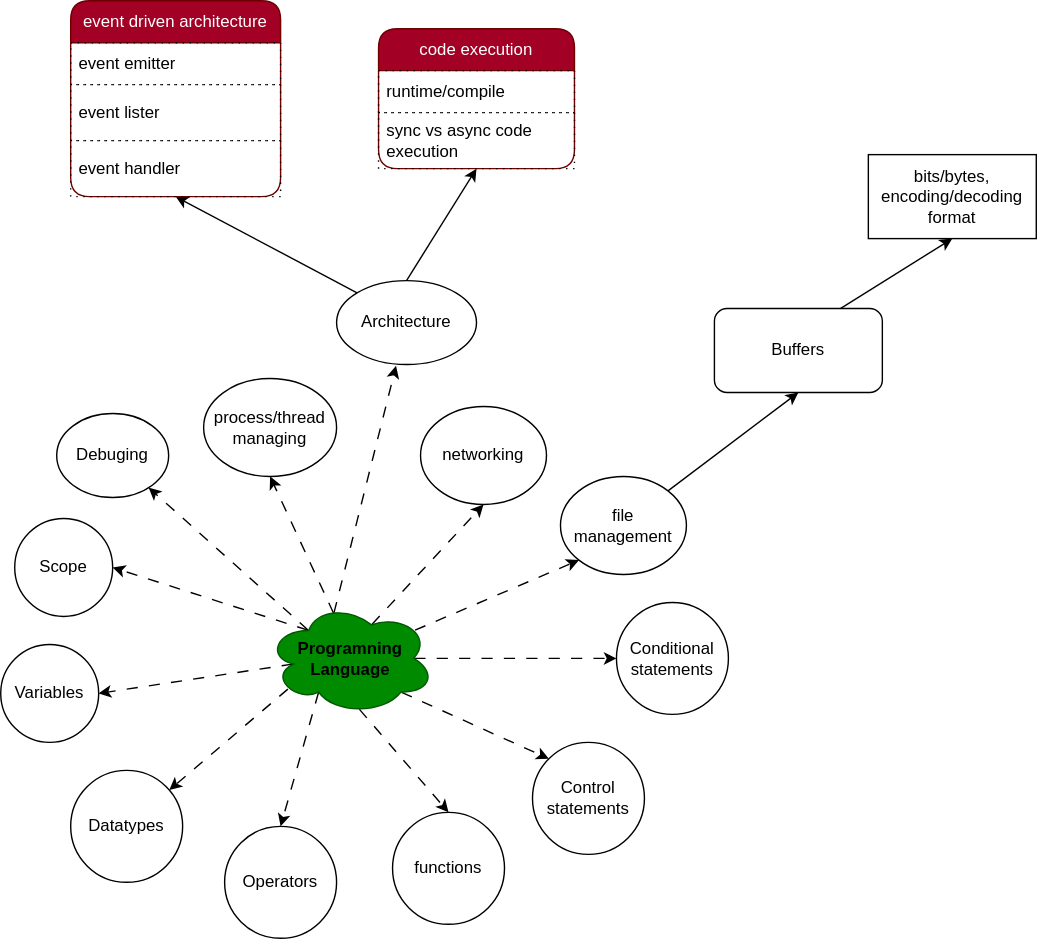
This is ⭐programming-langs/pl.svg from knkrn5/Programming-Concepts, a draw.io export, as it was before one commit. Source tidied: cells renumbered, new cells last; positions are measured from the earlier drawing's top-left corner, leaving out a move shared by most shapes. The source it was exported from:
```xml
<mxGraphModel>
  <root>
    <mxCell id="0" />
    <mxCell id="1" parent="0" />
    <mxCell id="2" value="Variables" style="ellipse;whiteSpace=wrap;html=1;" parent="1" vertex="1">
      <mxGeometry y="460" width="70" height="70" as="geometry" />
    </mxCell>
    <mxCell id="3" value="Scope" style="ellipse;whiteSpace=wrap;html=1;" parent="1" vertex="1">
      <mxGeometry x="10" y="370" width="70" height="70" as="geometry" />
    </mxCell>
    <mxCell id="4" style="edgeStyle=none;html=1;exitX=0.16;exitY=0.55;exitDx=0;exitDy=0;exitPerimeter=0;entryX=1;entryY=0.5;entryDx=0;entryDy=0;flowAnimation=1;" parent="1" edge="1" source="14" target="2">
      <mxGeometry relative="1" as="geometry" />
    </mxCell>
    <mxCell id="5" style="edgeStyle=none;html=1;exitX=0.13;exitY=0.77;exitDx=0;exitDy=0;exitPerimeter=0;flowAnimation=1;" parent="1" edge="1" source="14" target="15">
      <mxGeometry relative="1" as="geometry" />
    </mxCell>
    <mxCell id="6" style="edgeStyle=none;html=1;exitX=0.8;exitY=0.8;exitDx=0;exitDy=0;exitPerimeter=0;entryX=0;entryY=0;entryDx=0;entryDy=0;flowAnimation=1;" parent="1" edge="1" source="14" target="18">
      <mxGeometry relative="1" as="geometry" />
    </mxCell>
    <mxCell id="7" style="edgeStyle=none;html=1;exitX=0.875;exitY=0.5;exitDx=0;exitDy=0;exitPerimeter=0;entryX=0;entryY=0.5;entryDx=0;entryDy=0;flowAnimation=1;" parent="1" edge="1" source="14" target="19">
      <mxGeometry relative="1" as="geometry" />
    </mxCell>
    <mxCell id="8" style="edgeStyle=none;html=1;exitX=0.625;exitY=0.2;exitDx=0;exitDy=0;exitPerimeter=0;entryX=0.5;entryY=1;entryDx=0;entryDy=0;flowAnimation=1;" parent="1" edge="1" source="14" target="22">
      <mxGeometry relative="1" as="geometry" />
    </mxCell>
    <mxCell id="9" style="edgeStyle=none;html=1;exitX=0.31;exitY=0.8;exitDx=0;exitDy=0;exitPerimeter=0;entryX=0.5;entryY=0;entryDx=0;entryDy=0;flowAnimation=1;" parent="1" edge="1" source="14" target="16">
      <mxGeometry relative="1" as="geometry" />
    </mxCell>
    <mxCell id="10" style="edgeStyle=none;html=1;exitX=0.25;exitY=0.25;exitDx=0;exitDy=0;exitPerimeter=0;entryX=1;entryY=0.5;entryDx=0;entryDy=0;flowAnimation=1;" parent="1" edge="1" source="14" target="3">
      <mxGeometry relative="1" as="geometry" />
    </mxCell>
    <mxCell id="11" style="edgeStyle=none;html=1;exitX=0.4;exitY=0.1;exitDx=0;exitDy=0;exitPerimeter=0;entryX=0.5;entryY=1;entryDx=0;entryDy=0;flowAnimation=1;" parent="1" edge="1" source="14" target="23">
      <mxGeometry relative="1" as="geometry" />
    </mxCell>
    <mxCell id="12" style="edgeStyle=none;html=1;exitX=0.25;exitY=0.25;exitDx=0;exitDy=0;exitPerimeter=0;flowAnimation=1;" parent="1" edge="1" source="14" target="29">
      <mxGeometry relative="1" as="geometry" />
    </mxCell>
    <mxCell id="13" style="edgeStyle=none;html=1;exitX=0.4;exitY=0.1;exitDx=0;exitDy=0;exitPerimeter=0;entryX=0.425;entryY=1.015;entryDx=0;entryDy=0;entryPerimeter=0;flowAnimation=1;" parent="1" edge="1" source="14" target="32">
      <mxGeometry relative="1" as="geometry" />
    </mxCell>
    <mxCell id="14" value="&lt;b&gt;&lt;font style=&quot;color: light-dark(rgb(0, 0, 0), rgb(0, 0, 0));&quot;&gt;Programning&lt;/font&gt;&lt;/b&gt;&lt;div&gt;&lt;font style=&quot;&quot;&gt;&lt;b style=&quot;&quot;&gt;&lt;font style=&quot;color: light-dark(rgb(0, 0, 0), rgb(0, 0, 0));&quot;&gt;Language&lt;/font&gt;&lt;/b&gt;&lt;/font&gt;&lt;/div&gt;" style="ellipse;shape=cloud;whiteSpace=wrap;html=1;fillColor=#008a00;fontColor=#ffffff;strokeColor=#005700;" parent="1" vertex="1">
      <mxGeometry x="190" y="430" width="120" height="80" as="geometry" />
    </mxCell>
    <mxCell id="15" value="Datatypes" style="ellipse;whiteSpace=wrap;html=1;" parent="1" vertex="1">
      <mxGeometry x="50" y="550" width="80" height="80" as="geometry" />
    </mxCell>
    <mxCell id="16" value="Operators" style="ellipse;whiteSpace=wrap;html=1;" parent="1" vertex="1">
      <mxGeometry x="160" y="590" width="80" height="80" as="geometry" />
    </mxCell>
    <mxCell id="17" value="functions" style="ellipse;whiteSpace=wrap;html=1;" parent="1" vertex="1">
      <mxGeometry x="280" y="580" width="80" height="80" as="geometry" />
    </mxCell>
    <mxCell id="18" value="Control&lt;div&gt;statements&lt;/div&gt;" style="ellipse;whiteSpace=wrap;html=1;" parent="1" vertex="1">
      <mxGeometry x="380" y="530" width="80" height="80" as="geometry" />
    </mxCell>
    <mxCell id="19" value="Conditional&lt;div&gt;statements&lt;/div&gt;" style="ellipse;whiteSpace=wrap;html=1;" parent="1" vertex="1">
      <mxGeometry x="440" y="430" width="80" height="80" as="geometry" />
    </mxCell>
    <mxCell id="20" style="edgeStyle=none;html=1;exitX=1;exitY=0;exitDx=0;exitDy=0;entryX=0.5;entryY=1;entryDx=0;entryDy=0;" parent="1" edge="1" source="21" target="26">
      <mxGeometry relative="1" as="geometry" />
    </mxCell>
    <mxCell id="21" value="file&lt;div&gt;management&lt;/div&gt;" style="ellipse;whiteSpace=wrap;html=1;" parent="1" vertex="1">
      <mxGeometry x="400" y="340" width="90" height="70" as="geometry" />
    </mxCell>
    <mxCell id="22" value="networking" style="ellipse;whiteSpace=wrap;html=1;" parent="1" vertex="1">
      <mxGeometry x="300" y="290" width="90" height="70" as="geometry" />
    </mxCell>
    <mxCell id="23" value="process/thread&lt;div&gt;managing&lt;/div&gt;" style="ellipse;whiteSpace=wrap;html=1;" parent="1" vertex="1">
      <mxGeometry x="145" y="270" width="95" height="70" as="geometry" />
    </mxCell>
    <mxCell id="24" style="html=1;exitX=0.55;exitY=0.95;exitDx=0;exitDy=0;exitPerimeter=0;entryX=0.5;entryY=0;entryDx=0;entryDy=0;flowAnimation=1;" parent="1" edge="1" source="14" target="17">
      <mxGeometry relative="1" as="geometry" />
    </mxCell>
    <mxCell id="25" style="edgeStyle=none;html=1;exitX=0.88;exitY=0.25;exitDx=0;exitDy=0;exitPerimeter=0;entryX=0;entryY=1;entryDx=0;entryDy=0;flowAnimation=1;" parent="1" edge="1" source="14" target="21">
      <mxGeometry relative="1" as="geometry" />
    </mxCell>
    <mxCell id="26" value="Buffers" style="rounded=1;whiteSpace=wrap;html=1;" parent="1" vertex="1">
      <mxGeometry x="510" y="220" width="120" height="60" as="geometry" />
    </mxCell>
    <mxCell id="27" value="bits/bytes, encoding/decoding format" style="whiteSpace=wrap;html=1;" parent="1" vertex="1">
      <mxGeometry x="620" y="110" width="120" height="60" as="geometry" />
    </mxCell>
    <mxCell id="28" style="edgeStyle=none;html=1;exitX=0.75;exitY=0;exitDx=0;exitDy=0;entryX=0.5;entryY=1;entryDx=0;entryDy=0;" parent="1" edge="1" source="26" target="27">
      <mxGeometry relative="1" as="geometry" />
    </mxCell>
    <mxCell id="29" value="Debuging" style="ellipse;whiteSpace=wrap;html=1;" parent="1" vertex="1">
      <mxGeometry x="40" y="295" width="80" height="60" as="geometry" />
    </mxCell>
    <mxCell id="30" style="edgeStyle=none;html=1;exitX=0.5;exitY=0;exitDx=0;exitDy=0;entryX=0.5;entryY=1;entryDx=0;entryDy=0;" parent="1" edge="1" source="32" target="33">
      <mxGeometry relative="1" as="geometry" />
    </mxCell>
    <mxCell id="31" style="edgeStyle=none;html=1;exitX=0;exitY=0;exitDx=0;exitDy=0;entryX=0.5;entryY=1;entryDx=0;entryDy=0;" parent="1" edge="1" source="32" target="36">
      <mxGeometry relative="1" as="geometry" />
    </mxCell>
    <mxCell id="32" value="Architecture" style="ellipse;whiteSpace=wrap;html=1;" parent="1" vertex="1">
      <mxGeometry x="240" y="200" width="100" height="60" as="geometry" />
    </mxCell>
    <mxCell id="33" value="code execution" style="swimlane;fontStyle=0;horizontal=1;startSize=30;whiteSpace=wrap;html=1;rounded=1;fillColor=#a20025;fontColor=#ffffff;strokeColor=#6F0000;" parent="1" vertex="1">
      <mxGeometry x="270" y="20" width="140" height="100" as="geometry" />
    </mxCell>
    <mxCell id="34" value="runtime/compile" style="text;strokeColor=default;fillColor=none;align=left;verticalAlign=middle;spacingLeft=4;spacingRight=4;overflow=hidden;whiteSpace=wrap;html=1;dashed=1;dashPattern=1 4;" parent="33" vertex="1">
      <mxGeometry y="30" width="140" height="30" as="geometry" />
    </mxCell>
    <mxCell id="35" value="sync vs async code execution" style="text;strokeColor=default;fillColor=none;align=left;verticalAlign=middle;spacingLeft=4;spacingRight=4;overflow=hidden;whiteSpace=wrap;html=1;dashed=1;dashPattern=1 4;" parent="33" vertex="1">
      <mxGeometry y="60" width="140" height="40" as="geometry" />
    </mxCell>
    <mxCell id="36" value="event driven architecture" style="swimlane;fontStyle=0;horizontal=1;startSize=30;whiteSpace=wrap;html=1;rounded=1;fillColor=#a20025;fontColor=#ffffff;strokeColor=#6F0000;" parent="1" vertex="1">
      <mxGeometry x="50" width="150" height="140" as="geometry" />
    </mxCell>
    <mxCell id="37" value="event emitter" style="text;strokeColor=default;fillColor=none;align=left;verticalAlign=middle;spacingLeft=4;spacingRight=4;overflow=hidden;whiteSpace=wrap;html=1;dashed=1;dashPattern=1 4;" parent="36" vertex="1">
      <mxGeometry y="30" width="150" height="30" as="geometry" />
    </mxCell>
    <mxCell id="38" value="event lister" style="text;strokeColor=default;fillColor=none;align=left;verticalAlign=middle;spacingLeft=4;spacingRight=4;overflow=hidden;whiteSpace=wrap;html=1;dashed=1;dashPattern=1 4;" parent="36" vertex="1">
      <mxGeometry y="60" width="150" height="40" as="geometry" />
    </mxCell>
    <mxCell id="39" value="event handler" style="text;strokeColor=default;fillColor=none;align=left;verticalAlign=middle;spacingLeft=4;spacingRight=4;overflow=hidden;whiteSpace=wrap;html=1;dashed=1;dashPattern=1 4;" parent="36" vertex="1">
      <mxGeometry y="100" width="150" height="40" as="geometry" />
    </mxCell>
  </root>
</mxGraphModel>
```
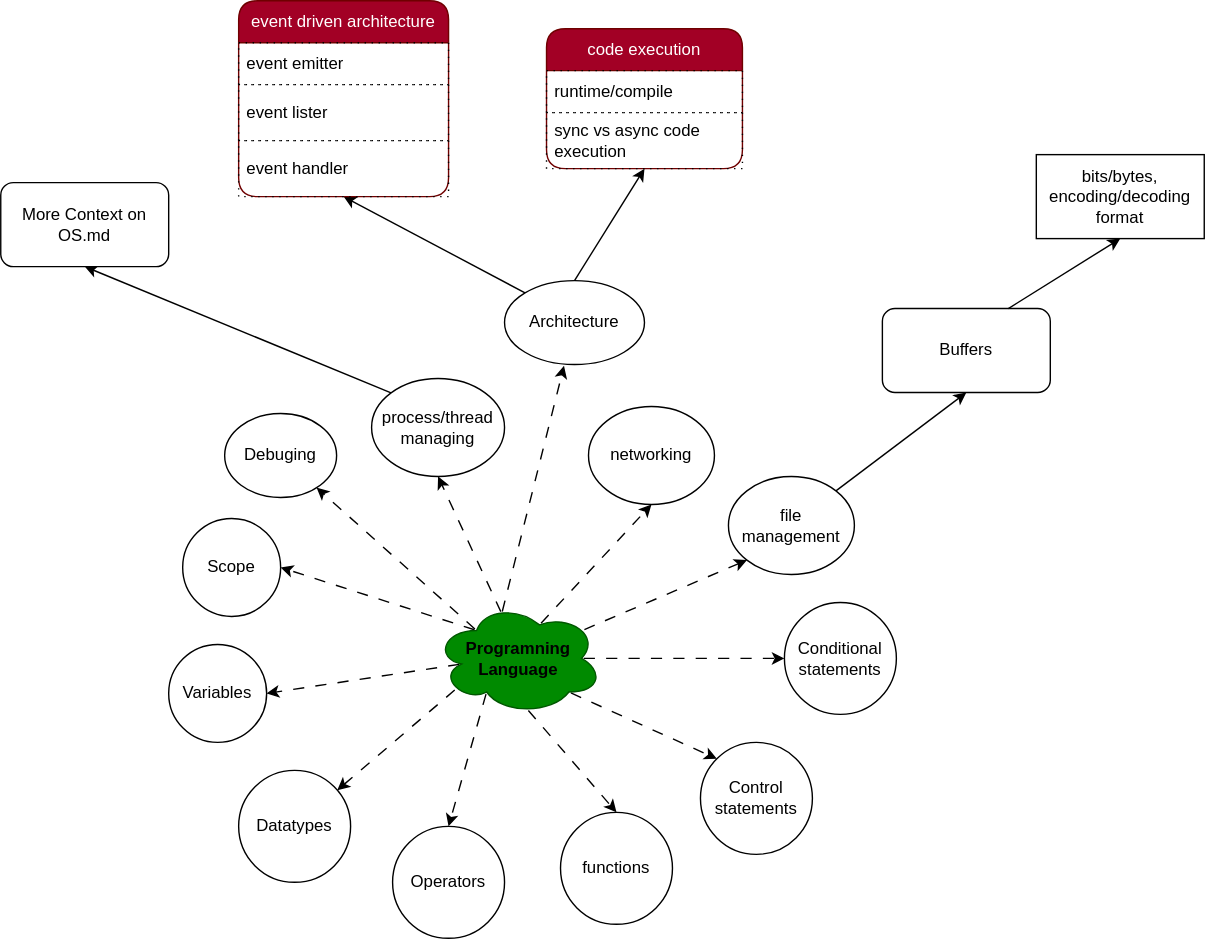
After the change.

The edit, as a diff of the source:
```diff
@@ -65,6 +65,9 @@
     <mxCell id="22" value="networking" style="ellipse;whiteSpace=wrap;html=1;" parent="1" vertex="1">
       <mxGeometry x="300" y="290" width="90" height="70" as="geometry" />
     </mxCell>
+    <mxCell id="40" style="edgeStyle=none;html=1;exitX=0;exitY=0;exitDx=0;exitDy=0;entryX=0.5;entryY=1;entryDx=0;entryDy=0;" parent="1" edge="1" source="23" target="41">
+      <mxGeometry relative="1" as="geometry" />
+    </mxCell>
     <mxCell id="23" value="process/thread&lt;div&gt;managing&lt;/div&gt;" style="ellipse;whiteSpace=wrap;html=1;" parent="1" vertex="1">
       <mxGeometry x="145" y="270" width="95" height="70" as="geometry" />
     </mxCell>
@@ -116,5 +119,8 @@
     <mxCell id="39" value="event handler" style="text;strokeColor=default;fillColor=none;align=left;verticalAlign=middle;spacingLeft=4;spacingRight=4;overflow=hidden;whiteSpace=wrap;html=1;dashed=1;dashPattern=1 4;" parent="36" vertex="1">
       <mxGeometry y="100" width="150" height="40" as="geometry" />
     </mxCell>
+    <mxCell id="41" value="More Context on OS.md" style="rounded=1;whiteSpace=wrap;html=1;" parent="1" vertex="1">
+      <mxGeometry x="-120" y="130" width="120" height="60" as="geometry" />
+    </mxCell>
   </root>
 </mxGraphModel>
```
